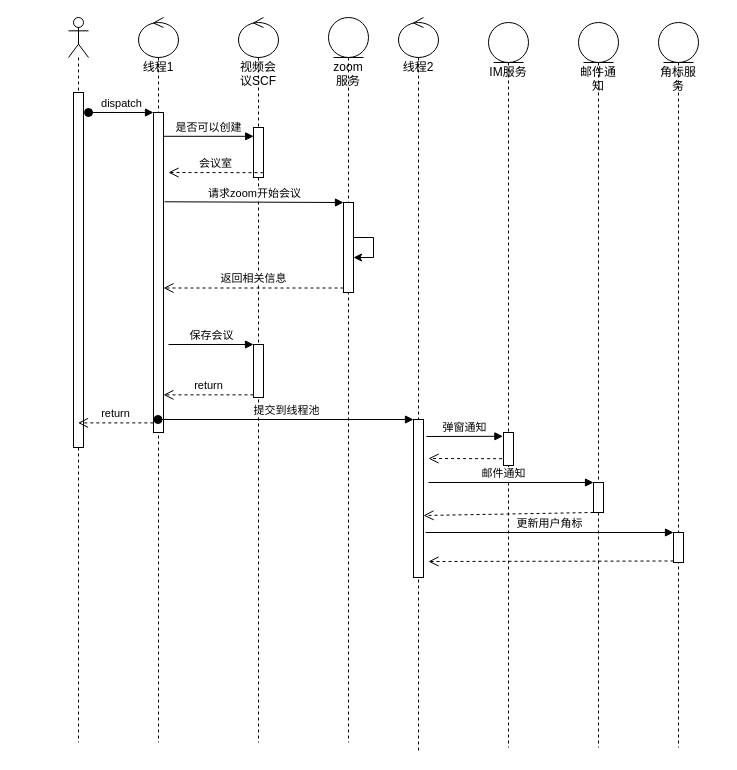
Before: page "第 4 页" (4 of 5) of shuzhi.drawio in nullbull/uml, a draw.io diagram. Source tidied: cells renumbered, new cells numbered last; positions are measured from the earlier drawing's top-left corner, leaving out a move shared by most shapes. Both pictures are drawn from the tidied source at 100%, with x=0, y=0 at pixel (68, 17).
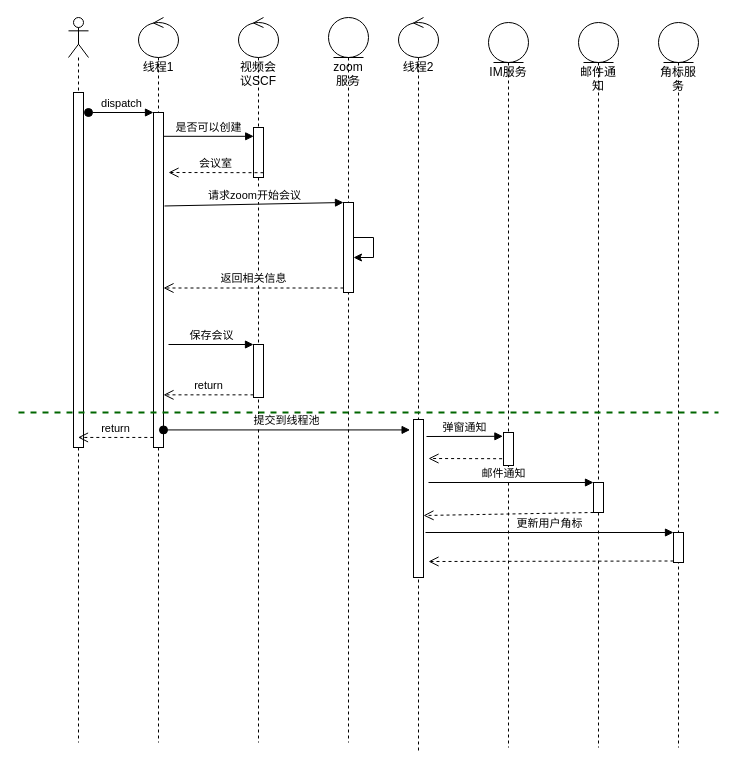
The same page after the edit.

The change refers to these unchanged cells:
```xml
<mxCell id="4" value="线程1" style="shape=umlLifeline;participant=umlControl;perimeter=lifelinePerimeter;whiteSpace=wrap;html=1;verticalAlign=top;spacingTop=36;outlineConnect=0;" parent="1" vertex="1">
  <mxGeometry x="70" width="40" height="725" as="geometry" />
</mxCell>
<mxCell id="27" style="html=1;points=[];perimeter=orthogonalPerimeter;" parent="26" vertex="1">
  <mxGeometry x="15" y="402" width="10" height="158" as="geometry" />
</mxCell>
```

Diff of the diagram source:
```diff
@@
     <mxCell id="5" style="html=1;points=[];perimeter=orthogonalPerimeter;" parent="4" vertex="1">
-      <mxGeometry x="15" y="95" width="10" height="320" as="geometry" />
+      <mxGeometry x="15" y="95" width="10" height="335" as="geometry" />
     </mxCell>
@@
-    <mxCell id="28" value="提交到线程池" style="html=1;verticalAlign=bottom;startArrow=oval;endArrow=block;startSize=8;" parent="1" edge="1" source="4" target="27">
+    <mxCell id="28" value="提交到线程池" style="html=1;verticalAlign=bottom;startArrow=oval;endArrow=block;startSize=8;entryX=-0.34;entryY=0.066;entryDx=0;entryDy=0;entryPerimeter=0;" parent="1" edge="1" source="5" target="27">
       <mxGeometry relative="1" as="geometry" />
     </mxCell>
@@
+    <mxCell id="36" style="endArrow=none;dashed=1;html=1;strokeWidth=2;strokeColor=#006600;" parent="1" edge="1">
+      <mxGeometry relative="1" as="geometry">
+        <mxPoint x="-50" y="395" as="sourcePoint" />
+        <mxPoint x="650" y="395" as="targetPoint" />
+      </mxGeometry>
+    </mxCell>
```
